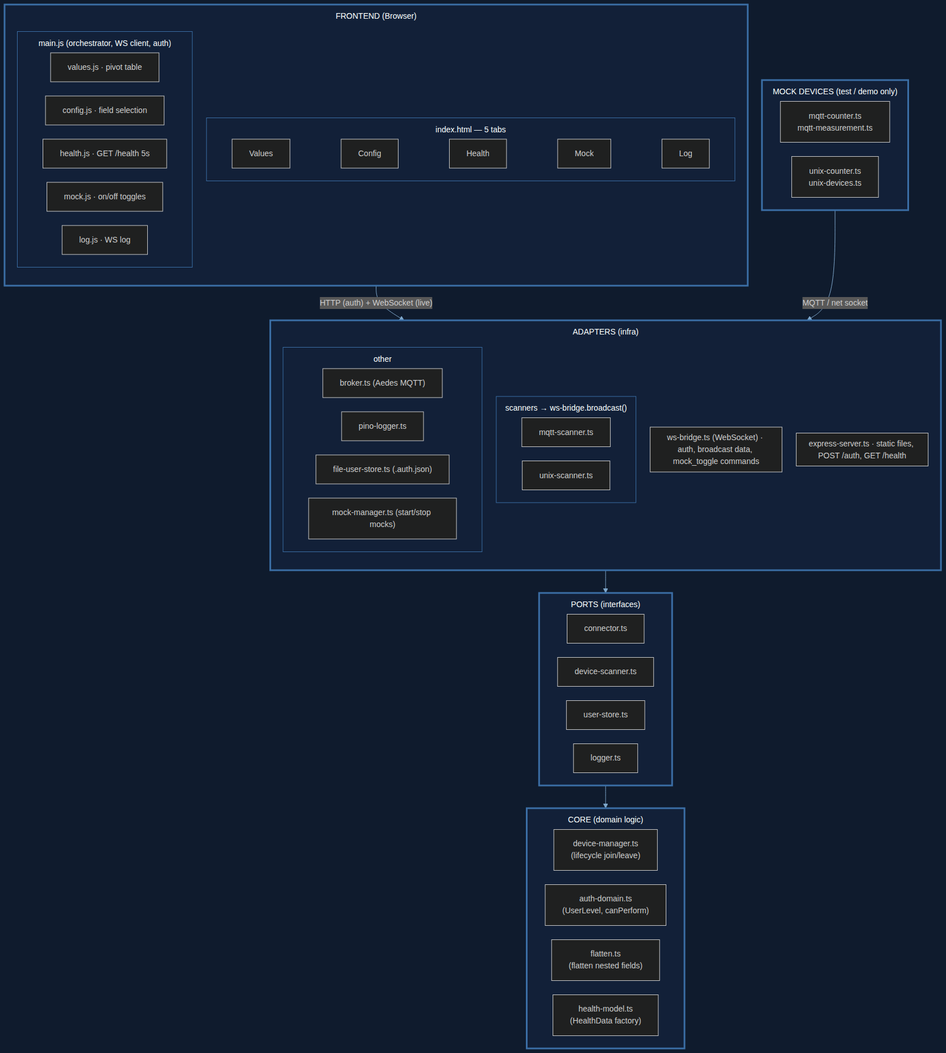
Before: documentation/images/component-diagram.png, a diagram exported from Mermaid (JuriPospelow/advancedGUI). Its source is kept beside it as documentation/images/docs-scripts/component-diagram.mmd.
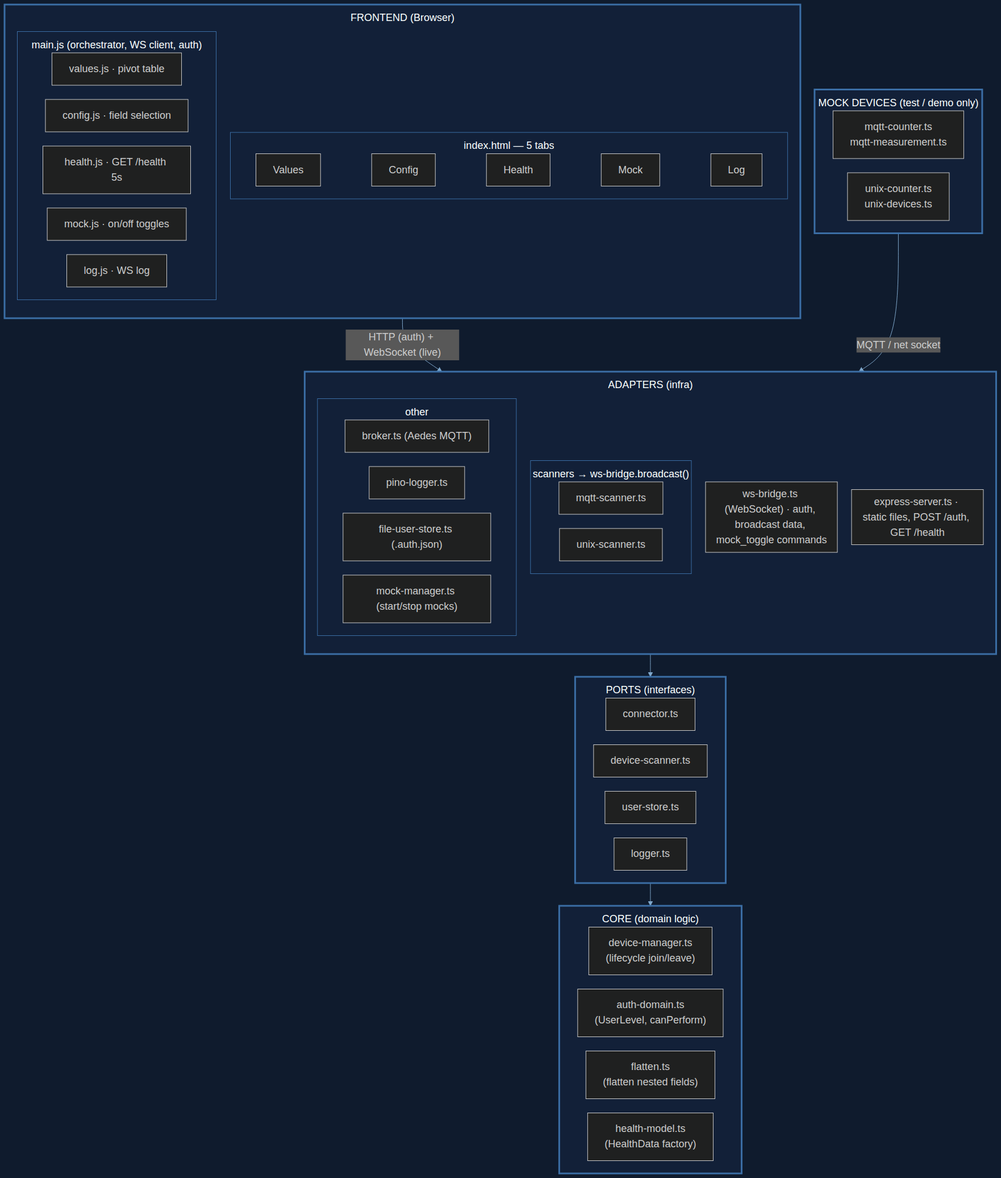
After the change.

Commit message:
docs: increase diagram font size to 18px

The edit, as a diff of the source:
```diff
@@ -1,4 +1,4 @@
-%%{init: {"theme":"dark","themeVariables":{"background":"#0f1b2d","primaryColor":"#16233c","primaryBorderColor":"#3b6ea5","primaryTextColor":"#e6edf5","clusterBkg":"#122038","clusterBorder":"#3b6ea5","lineColor":"#7fa8cc","fontSize":"14px"},"flowchart":{"rankDir":"TB","nodeSpacing":25,"rankSpacing":40,"useMaxWidth":false,"subGraphTitleMargin":{"top":10,"bottom":5}}}}%%
+%%{init: {"theme":"dark","themeVariables":{"background":"#0f1b2d","primaryColor":"#16233c","primaryBorderColor":"#3b6ea5","primaryTextColor":"#e6edf5","clusterBkg":"#122038","clusterBorder":"#3b6ea5","lineColor":"#7fa8cc","fontSize":"18px"},"flowchart":{"rankDir":"TB","nodeSpacing":25,"rankSpacing":40,"useMaxWidth":false,"subGraphTitleMargin":{"top":10,"bottom":5}}}}%%
 
 flowchart TB
     subgraph FE["FRONTEND (Browser)"]
```
